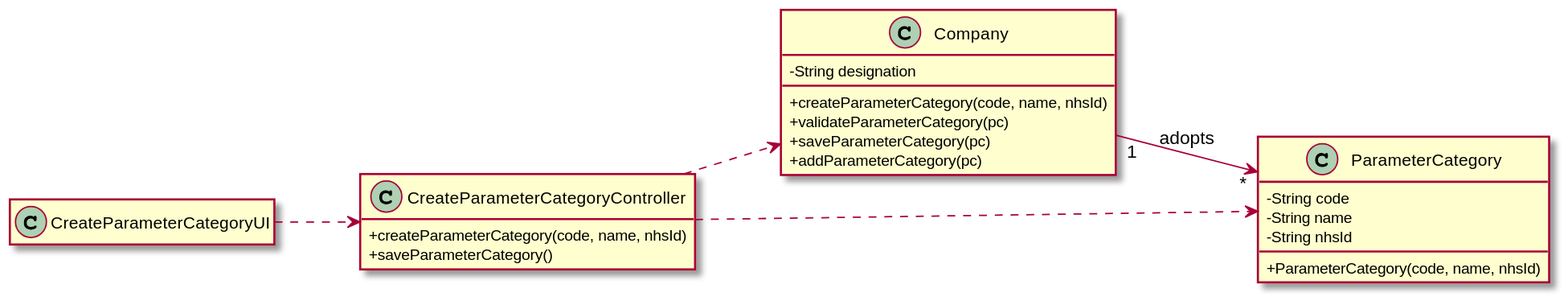
ana-albergaria/LAPR2-ISEP keeps this PlantUML diagram as docs/SprintB/US_11/US011_CD.svg. Above is the earlier version.
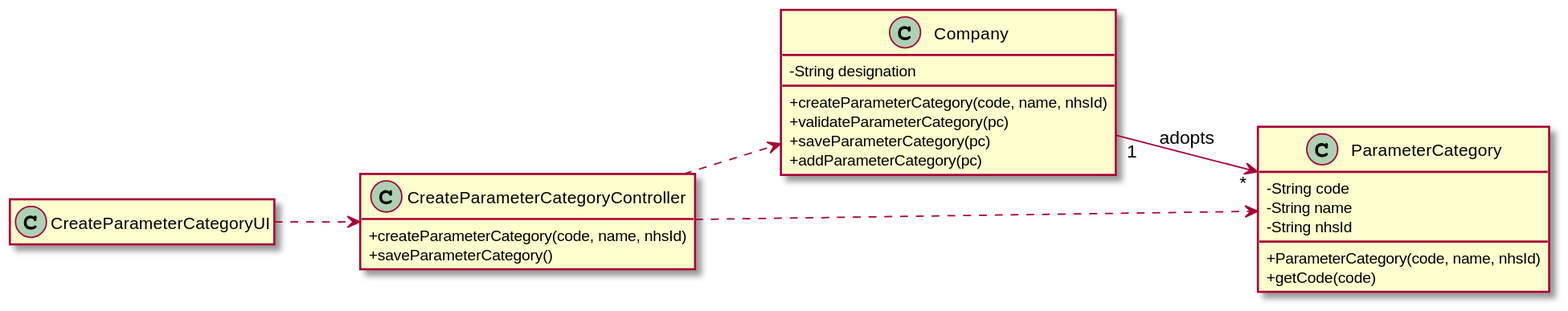
The same diagram one commit later.

Commit message:
Continued US10 Code, corrected US10 SD and CD, corrected US11 CD and continued US11 Code.

What changed in the source:
```diff
@@ -17,6 +17,7 @@
    -String name
    -String nhsId
    +ParameterCategory(code, name, nhsId)
+   +getCode(code)
 }
 
 class CreateParameterCategoryController {
```
